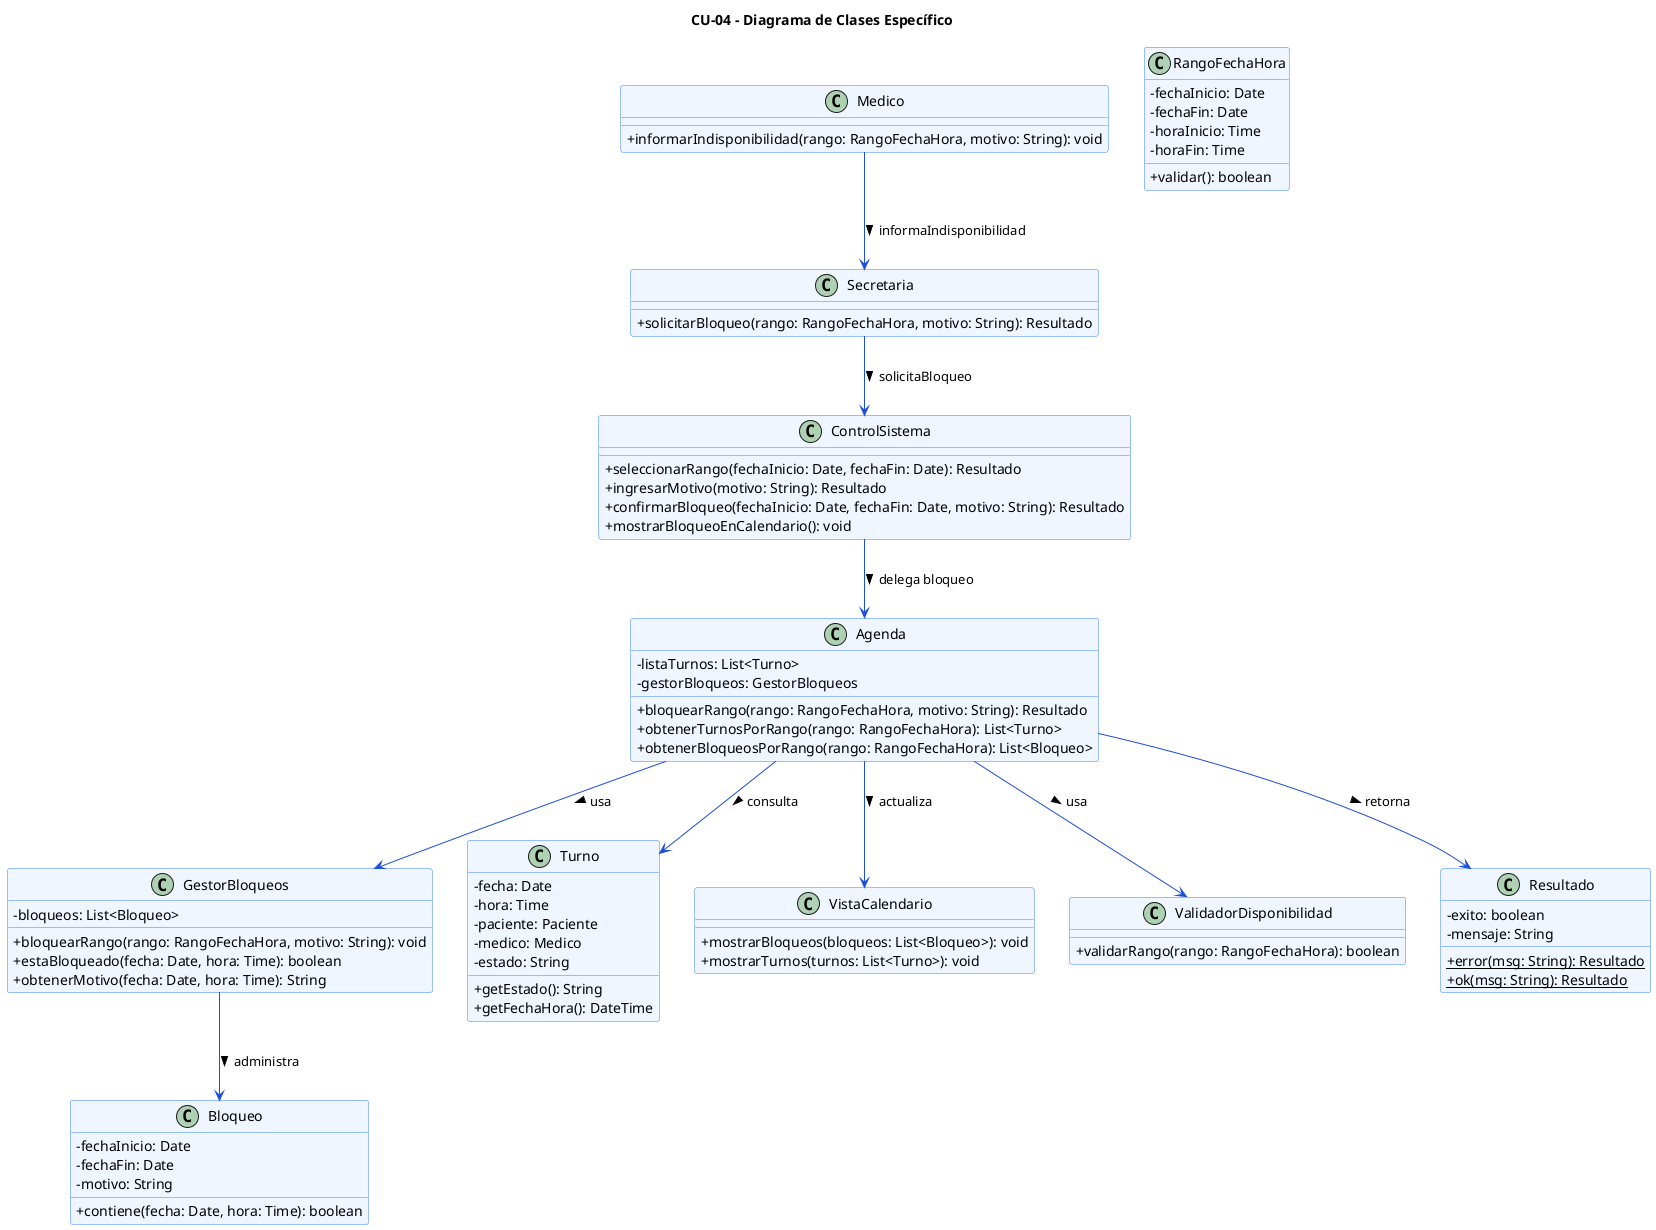
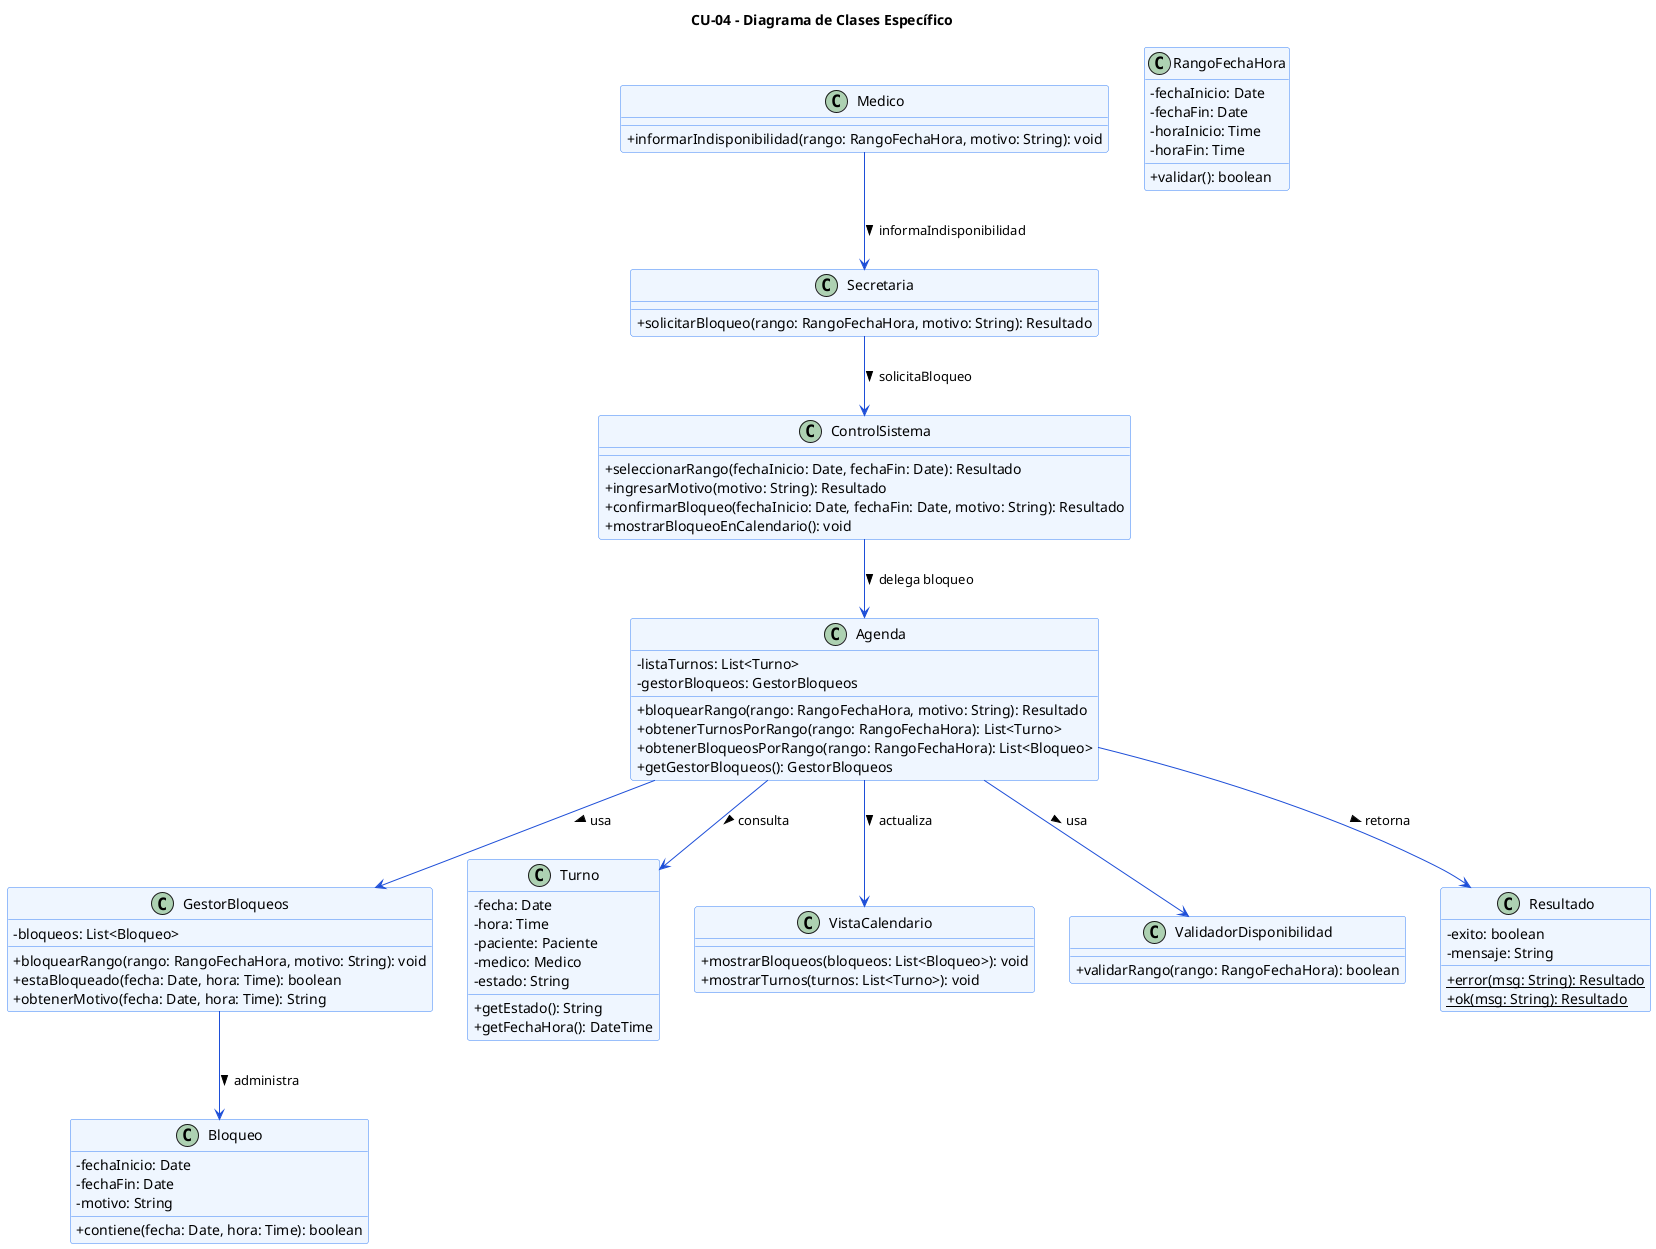
@startuml CU04-Clases-Bloquear-Horarios
skinparam classAttributeIconSize 0
skinparam class {
    BackgroundColor #EFF6FF
    BorderColor #3B82F6
    ArrowColor #1D4ED8
}

title CU-04 - Diagrama de Clases Específico

class Secretaria {
    + solicitarBloqueo(rango: RangoFechaHora, motivo: String): Resultado
}

class Medico {
    + informarIndisponibilidad(rango: RangoFechaHora, motivo: String): void
}

class Agenda {
    - listaTurnos: List<Turno>
    - gestorBloqueos: GestorBloqueos
    + bloquearRango(rango: RangoFechaHora, motivo: String): Resultado
    + obtenerTurnosPorRango(rango: RangoFechaHora): List<Turno>
    + obtenerBloqueosPorRango(rango: RangoFechaHora): List<Bloqueo>
+     + getGestorBloqueos(): GestorBloqueos
}

class GestorBloqueos {
    - bloqueos: List<Bloqueo>
    + bloquearRango(rango: RangoFechaHora, motivo: String): void
    + estaBloqueado(fecha: Date, hora: Time): boolean
    + obtenerMotivo(fecha: Date, hora: Time): String
}

class Bloqueo {
    - fechaInicio: Date
    - fechaFin: Date
    - motivo: String
    + contiene(fecha: Date, hora: Time): boolean
}

class Turno {
    - fecha: Date
    - hora: Time
    - paciente: Paciente
    - medico: Medico
    - estado: String
    + getEstado(): String
    + getFechaHora(): DateTime
}

class VistaCalendario {
    + mostrarBloqueos(bloqueos: List<Bloqueo>): void
    + mostrarTurnos(turnos: List<Turno>): void
}

class RangoFechaHora {
    - fechaInicio: Date
    - fechaFin: Date
    - horaInicio: Time
    - horaFin: Time
    + validar(): boolean
}

class ControlSistema {
    + seleccionarRango(fechaInicio: Date, fechaFin: Date): Resultado
    + ingresarMotivo(motivo: String): Resultado
    + confirmarBloqueo(fechaInicio: Date, fechaFin: Date, motivo: String): Resultado
    + mostrarBloqueoEnCalendario(): void
}

Secretaria --> ControlSistema : solicitaBloqueo >
ControlSistema --> Agenda : delega bloqueo >
Medico --> Secretaria : informaIndisponibilidad >
Agenda --> GestorBloqueos : usa >
Agenda --> Turno : consulta >
Agenda --> VistaCalendario : actualiza >
GestorBloqueos --> Bloqueo : administra >
class ValidadorDisponibilidad {
    + validarRango(rango: RangoFechaHora): boolean
}

class Resultado {
    - exito: boolean
    - mensaje: String
    + {static} error(msg: String): Resultado
    + {static} ok(msg: String): Resultado
}

Agenda --> ValidadorDisponibilidad : usa >
Agenda --> Resultado : retorna >
@enduml